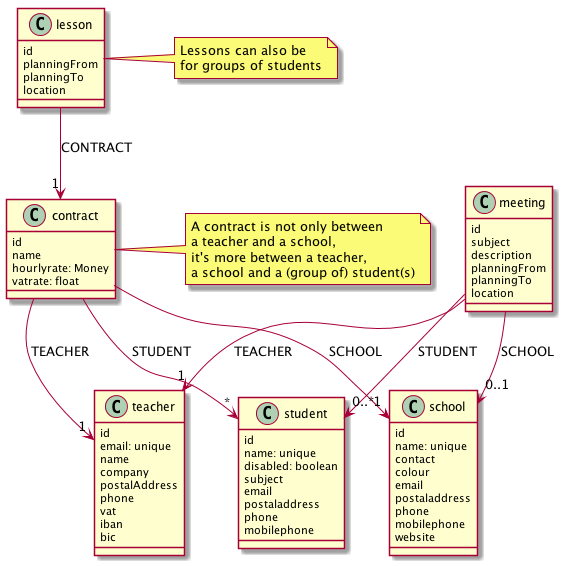
dcoraboeuf/iteach-1.0.x keeps this PlantUML diagram as docs/model.2.x.png. Above is the earlier version.
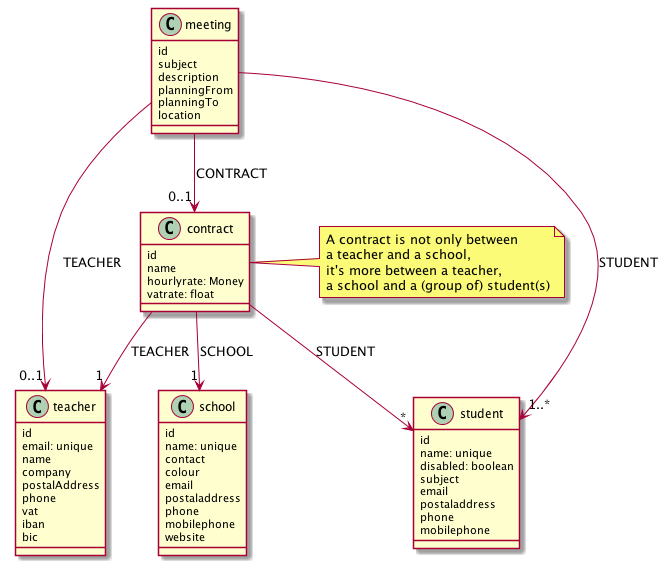
Above is the later version.

Commit message:
Migration - lessons (without contract)

What changed in the source:
```diff
@@ -42,13 +42,6 @@
     mobilephone
 }
 
-class lesson {
-    id
-    planningFrom
-    planningTo
-    location
-}
-
 class meeting {
     id
     subject
@@ -62,16 +55,9 @@
 contract --> "1" teacher: TEACHER
 contract --> "*" student: STUDENT
 
-lesson --> "1" contract: CONTRACT
-
-meeting --> "1" teacher: TEACHER
-meeting --> "0..1" school: SCHOOL
-meeting --> "0..*" student: STUDENT
-
-note right of lesson
-    Lessons can also be
-    for groups of students
-end note
+meeting --> "0..1" teacher: TEACHER
+meeting --> "0..1" contract: CONTRACT
+meeting --> "1..*" student: STUDENT
 
 note right of contract
     A contract is not only between
```
